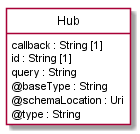
Above: apis/TMF688_Event/documentation/diagrams/Resource_Hub.png in tmforum-apis/Open_Api_And_Data_Model (PlantUML), before the change.
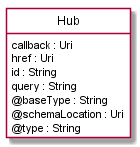
After the commit.

Diff of the diagram source:
```diff
@@ -11,8 +11,9 @@
 }
 
 class Hub  <<Pivot>> {
-    callback : String [1]
-    id : String [1]
+    callback : Uri
+    href : Uri
+    id : String
     query : String
     @baseType : String
     @schemaLocation : Uri
```
